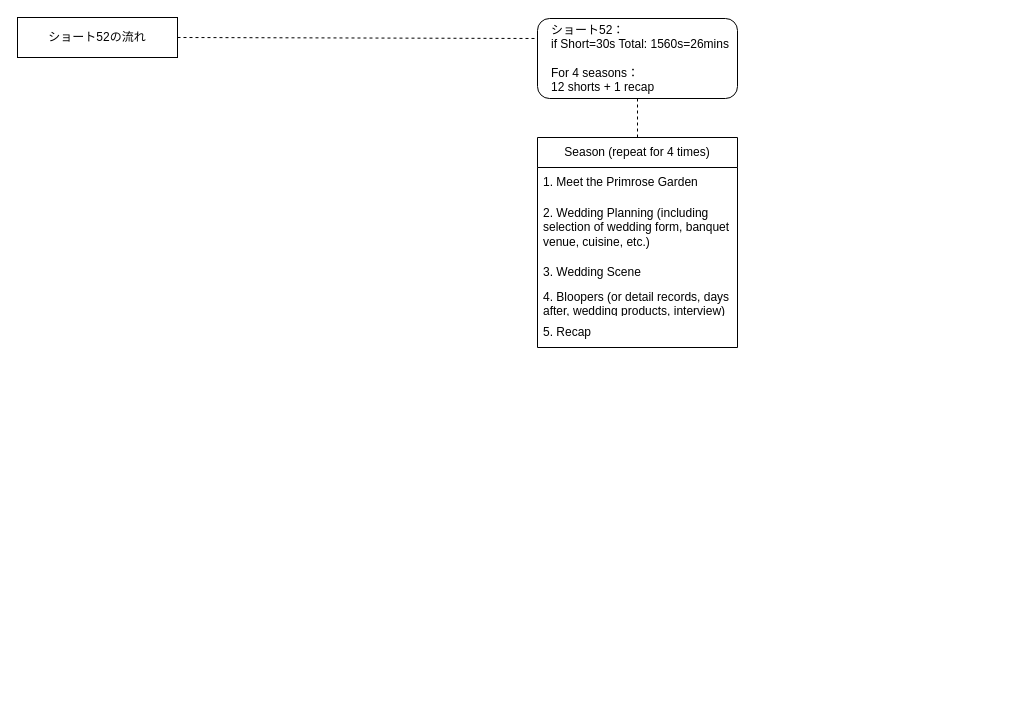
Before: 未命名绘图.drawio in xavierai1009/project, a draw.io diagram. Source tidied: cells renumbered, new cells numbered last; positions are measured from the earlier drawing's top-left corner, leaving out a move shared by most shapes. Both pictures are drawn from the tidied source at 100%, with x=0, y=0 at pixel (17, 17).
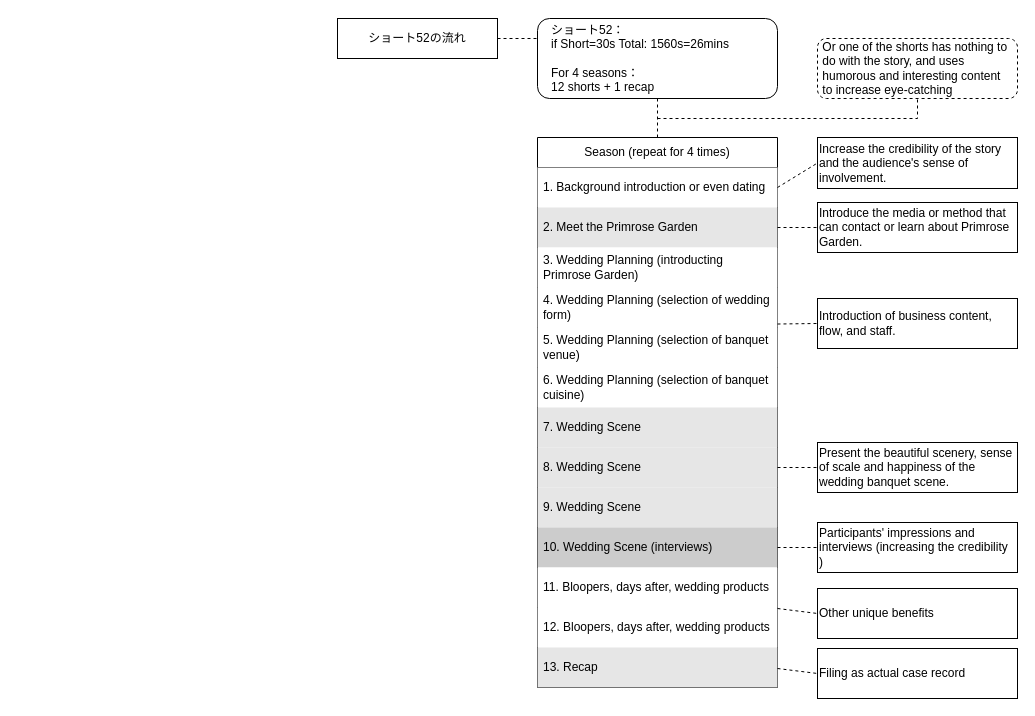
The same page after the edit.

Commit message:
更新未命名绘图.drawio

Diff of the diagram source:
```diff
@@
     <mxCell id="2" value="ショート52の流れ" style="rounded=0;whiteSpace=wrap;html=1;" parent="1" vertex="1">
-      <mxGeometry width="160" height="40" as="geometry" />
+      <mxGeometry x="320" y="1" width="160" height="40" as="geometry" />
     </mxCell>
     <mxCell id="3" value="　ショート52：&lt;br&gt;　if Short=30s Total: 1560s=26mins&lt;br&gt;&lt;br&gt;　For 4 seasons：&lt;br&gt;　12 shorts + 1 recap" style="rounded=1;whiteSpace=wrap;html=1;align=left;" parent="1" vertex="1">
-      <mxGeometry x="520" y="1" width="200" height="80" as="geometry" />
+      <mxGeometry x="520" y="1" width="240" height="80" as="geometry" />
     </mxCell>
@@
     <mxCell id="5" value="Season (repeat for 4 times)" style="swimlane;fontStyle=0;horizontal=1;startSize=30;whiteSpace=wrap;html=1;" parent="1" vertex="1">
-      <mxGeometry x="520" y="120" width="200" height="210" as="geometry" />
+      <mxGeometry x="520" y="120" width="240" height="550" as="geometry" />
     </mxCell>
-    <mxCell id="6" value="1. Meet the Primrose Garden" style="text;strokeColor=none;fillColor=none;align=left;verticalAlign=middle;spacingLeft=4;spacingRight=4;overflow=hidden;points=[[0,0.5],[1,0.5]];portConstraint=eastwest;whiteSpace=wrap;html=1;" parent="5" vertex="1">
-      <mxGeometry y="30" width="200" height="30" as="geometry" />
+    <mxCell id="6" value="1. Background introduction or even dating" style="text;strokeColor=none;fillColor=default;align=left;verticalAlign=middle;spacingLeft=4;spacingRight=4;overflow=hidden;points=[[0,0.5],[1,0.5]];portConstraint=eastwest;whiteSpace=wrap;html=1;labelBorderColor=none;" parent="5" vertex="1">
+      <mxGeometry y="30" width="240" height="40" as="geometry" />
     </mxCell>
+    <mxCell id="12" value="2. Meet the Primrose Garden" style="text;strokeColor=none;fillColor=#E6E6E6;align=left;verticalAlign=middle;spacingLeft=4;spacingRight=4;overflow=hidden;points=[[0,0.5],[1,0.5]];portConstraint=eastwest;whiteSpace=wrap;html=1;labelBorderColor=none;" parent="5" vertex="1">
+      <mxGeometry y="70" width="240" height="40" as="geometry" />
+    </mxCell>
-    <mxCell id="7" value="2. Wedding Planning (including selection of wedding form, banquet venue, cuisine, etc.)" style="text;strokeColor=none;fillColor=none;align=left;verticalAlign=middle;spacingLeft=4;spacingRight=4;overflow=hidden;whiteSpace=wrap;html=1;" parent="5" vertex="1">
-      <mxGeometry y="60" width="200" height="60" as="geometry" />
+    <mxCell id="7" value="3. Wedding Planning (introducting Primrose Garden)" style="text;strokeColor=none;fillColor=default;align=left;verticalAlign=middle;spacingLeft=4;spacingRight=4;overflow=hidden;whiteSpace=wrap;html=1;labelBorderColor=none;" parent="5" vertex="1">
+      <mxGeometry y="110" width="240" height="40" as="geometry" />
     </mxCell>
-    <mxCell id="8" value="3. Wedding Scene" style="text;strokeColor=none;fillColor=none;align=left;verticalAlign=middle;spacingLeft=4;spacingRight=4;overflow=hidden;whiteSpace=wrap;html=1;" parent="5" vertex="1">
-      <mxGeometry y="120" width="200" height="30" as="geometry" />
+    <mxCell id="8" value="4. Wedding Planning (selection of wedding form)" style="text;strokeColor=none;fillColor=default;align=left;verticalAlign=middle;spacingLeft=4;spacingRight=4;overflow=hidden;whiteSpace=wrap;html=1;labelBorderColor=none;" parent="5" vertex="1">
+      <mxGeometry y="150" width="240" height="40" as="geometry" />
     </mxCell>
+    <mxCell id="13" value="5. Wedding Planning (selection of&amp;nbsp;banquet venue)" style="text;strokeColor=none;fillColor=default;align=left;verticalAlign=middle;spacingLeft=4;spacingRight=4;overflow=hidden;points=[[0,0.5],[1,0.5]];portConstraint=eastwest;whiteSpace=wrap;html=1;labelBorderColor=none;" parent="5" vertex="1">
+      <mxGeometry y="190" width="240" height="40" as="geometry" />
+    </mxCell>
+    <mxCell id="14" value="6. Wedding Planning (selection of&amp;nbsp;banquet cuisine)" style="text;strokeColor=none;fillColor=default;align=left;verticalAlign=middle;spacingLeft=4;spacingRight=4;overflow=hidden;whiteSpace=wrap;html=1;labelBorderColor=none;" parent="5" vertex="1">
+      <mxGeometry y="230" width="240" height="40" as="geometry" />
+    </mxCell>
+    <mxCell id="15" value="7. Wedding Scene" style="text;strokeColor=none;fillColor=#E6E6E6;align=left;verticalAlign=middle;spacingLeft=4;spacingRight=4;overflow=hidden;whiteSpace=wrap;html=1;" parent="5" vertex="1">
+      <mxGeometry y="270" width="240" height="40" as="geometry" />
+    </mxCell>
+    <mxCell id="16" value="8. Wedding Scene" style="text;strokeColor=none;fillColor=#E6E6E6;align=left;verticalAlign=middle;spacingLeft=4;spacingRight=4;overflow=hidden;points=[[0,0.5],[1,0.5]];portConstraint=eastwest;whiteSpace=wrap;html=1;" parent="5" vertex="1">
+      <mxGeometry y="310" width="240" height="40" as="geometry" />
+    </mxCell>
+    <mxCell id="17" value="9. Wedding Scene" style="text;strokeColor=none;fillColor=#E6E6E6;align=left;verticalAlign=middle;spacingLeft=4;spacingRight=4;overflow=hidden;whiteSpace=wrap;html=1;" parent="5" vertex="1">
+      <mxGeometry y="350" width="240" height="40" as="geometry" />
+    </mxCell>
+    <mxCell id="18" value="10. Wedding Scene (interviews)" style="text;strokeColor=none;fillColor=#CCCCCC;align=left;verticalAlign=middle;spacingLeft=4;spacingRight=4;overflow=hidden;points=[[0,0.5],[1,0.5]];portConstraint=eastwest;whiteSpace=wrap;html=1;" parent="5" vertex="1">
+      <mxGeometry y="390" width="240" height="40" as="geometry" />
+    </mxCell>
+    <mxCell id="19" value="11.&amp;nbsp;Bloopers, days after, wedding products" style="text;strokeColor=none;fillColor=default;align=left;verticalAlign=middle;spacingLeft=4;spacingRight=4;overflow=hidden;whiteSpace=wrap;html=1;" parent="5" vertex="1">
+      <mxGeometry y="430" width="240" height="40" as="geometry" />
+    </mxCell>
-    <mxCell id="9" value="4.&amp;nbsp;Bloopers (or detail records, days after, wedding products, interview)" style="text;strokeColor=none;fillColor=none;align=left;verticalAlign=middle;spacingLeft=4;spacingRight=4;overflow=hidden;whiteSpace=wrap;html=1;" parent="5" vertex="1">
-      <mxGeometry y="150" width="200" height="30" as="geometry" />
+    <mxCell id="9" value="12.&amp;nbsp;Bloopers, days after, wedding products" style="text;strokeColor=none;fillColor=default;align=left;verticalAlign=middle;spacingLeft=4;spacingRight=4;overflow=hidden;whiteSpace=wrap;html=1;" parent="5" vertex="1">
+      <mxGeometry y="470" width="240" height="40" as="geometry" />
     </mxCell>
-    <mxCell id="10" value="5. Recap" style="text;strokeColor=none;fillColor=none;align=left;verticalAlign=middle;spacingLeft=4;spacingRight=4;overflow=hidden;whiteSpace=wrap;html=1;" parent="5" vertex="1">
-      <mxGeometry y="180" width="200" height="30" as="geometry" />
+    <mxCell id="10" value="13. Recap" style="text;strokeColor=none;fillColor=#E6E6E6;align=left;verticalAlign=middle;spacingLeft=4;spacingRight=4;overflow=hidden;whiteSpace=wrap;html=1;" parent="5" vertex="1">
+      <mxGeometry y="510" width="240" height="40" as="geometry" />
     </mxCell>
@@
+    <mxCell id="20" value="Increase the credibility of the story and the audience's sense of involvement." style="rounded=0;whiteSpace=wrap;html=1;align=left;" parent="1" vertex="1">
+      <mxGeometry x="800" y="120" width="200" height="51" as="geometry" />
+    </mxCell>
+    <mxCell id="21" value="Introduce the media or method that can contact or learn about Primrose Garden." style="rounded=0;whiteSpace=wrap;html=1;align=left;" parent="1" vertex="1">
+      <mxGeometry x="800" y="185" width="200" height="50" as="geometry" />
+    </mxCell>
+    <mxCell id="22" style="endArrow=none;dashed=1;html=1;rounded=0;exitX=1;exitY=0.5;exitDx=0;exitDy=0;entryX=0;entryY=0.5;entryDx=0;entryDy=0;" parent="1" edge="1" source="6" target="20">
+      <mxGeometry relative="1" as="geometry" />
+    </mxCell>
+    <mxCell id="23" style="endArrow=none;dashed=1;html=1;rounded=0;exitX=1;exitY=0.5;exitDx=0;exitDy=0;entryX=0;entryY=0.5;entryDx=0;entryDy=0;" parent="1" edge="1" source="12" target="21">
+      <mxGeometry relative="1" as="geometry" />
+    </mxCell>
+    <mxCell id="24" value="Introduction of business content, flow, and staff." style="rounded=0;whiteSpace=wrap;html=1;align=left;" parent="1" vertex="1">
+      <mxGeometry x="800" y="281" width="200" height="50" as="geometry" />
+    </mxCell>
+    <mxCell id="25" style="endArrow=none;dashed=1;html=1;rounded=0;exitX=1;exitY=-0.087;exitDx=0;exitDy=0;exitPerimeter=0;entryX=0;entryY=0.5;entryDx=0;entryDy=0;" parent="1" edge="1" source="13" target="24">
+      <mxGeometry relative="1" as="geometry" />
+    </mxCell>
+    <mxCell id="26" value="Participants' impressions and interviews (increasing the credibility&lt;br&gt;)" style="rounded=0;whiteSpace=wrap;html=1;align=left;" parent="1" vertex="1">
+      <mxGeometry x="800" y="505" width="200" height="50" as="geometry" />
+    </mxCell>
+    <mxCell id="27" value="Present the beautiful scenery, sense of scale and happiness of the wedding banquet scene." style="rounded=0;whiteSpace=wrap;html=1;align=left;" parent="1" vertex="1">
+      <mxGeometry x="800" y="425" width="200" height="50" as="geometry" />
+    </mxCell>
+    <mxCell id="28" style="endArrow=none;dashed=1;html=1;rounded=0;exitX=1;exitY=0.5;exitDx=0;exitDy=0;entryX=0;entryY=0.5;entryDx=0;entryDy=0;" parent="1" edge="1" source="16" target="27">
+      <mxGeometry relative="1" as="geometry" />
+    </mxCell>
+    <mxCell id="29" value="Other unique benefits" style="rounded=0;whiteSpace=wrap;html=1;align=left;" parent="1" vertex="1">
+      <mxGeometry x="800" y="571" width="200" height="50" as="geometry" />
+    </mxCell>
+    <mxCell id="30" style="endArrow=none;dashed=1;html=1;rounded=0;exitX=1;exitY=0.5;exitDx=0;exitDy=0;entryX=0;entryY=0.5;entryDx=0;entryDy=0;" parent="1" edge="1" source="18" target="26">
+      <mxGeometry relative="1" as="geometry" />
+    </mxCell>
+    <mxCell id="31" style="endArrow=none;dashed=1;html=1;rounded=0;entryX=0;entryY=0.5;entryDx=0;entryDy=0;" parent="1" edge="1" target="29">
+      <mxGeometry relative="1" as="geometry">
+        <mxPoint x="760" y="591" as="sourcePoint" />
+      </mxGeometry>
+    </mxCell>
+    <mxCell id="32" value="Filing as actual case record" style="rounded=0;whiteSpace=wrap;html=1;align=left;" parent="1" vertex="1">
+      <mxGeometry x="800" y="631" width="200" height="50" as="geometry" />
+    </mxCell>
+    <mxCell id="33" style="endArrow=none;dashed=1;html=1;rounded=0;entryX=0;entryY=0.5;entryDx=0;entryDy=0;" parent="1" edge="1" target="32">
+      <mxGeometry relative="1" as="geometry">
+        <mxPoint x="760" y="651" as="sourcePoint" />
+      </mxGeometry>
+    </mxCell>
+    <mxCell id="34" value="&amp;nbsp;Or one of the shorts has nothing to&amp;nbsp; &amp;nbsp;do with the story, and uses&amp;nbsp; &amp;nbsp;humorous and interesting content&amp;nbsp; &amp;nbsp;to increase eye-catching" style="rounded=1;whiteSpace=wrap;html=1;labelBorderColor=none;strokeColor=default;fillColor=default;dashed=1;align=left;" parent="1" vertex="1">
+      <mxGeometry x="800" y="21" width="200" height="60" as="geometry" />
+    </mxCell>
+    <mxCell id="35" style="endArrow=none;dashed=1;html=1;rounded=0;entryX=0.5;entryY=1;entryDx=0;entryDy=0;" parent="1" edge="1" target="34">
+      <mxGeometry relative="1" as="geometry">
+        <mxPoint x="640" y="101" as="sourcePoint" />
+        <Array as="points">
+          <mxPoint x="900" y="101" />
+        </Array>
+      </mxGeometry>
+    </mxCell>
```
